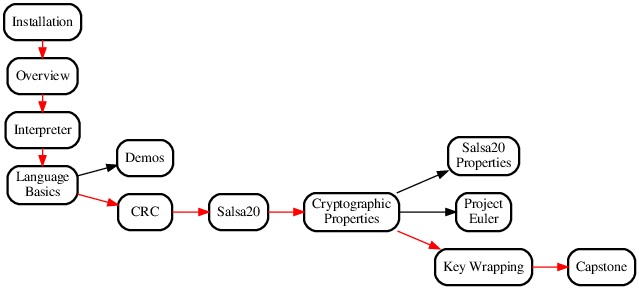
The Graphviz diagram misc/deps.png in weaversa/cryptol-course, before a commit. Its source is kept beside it as misc/deps.gv.
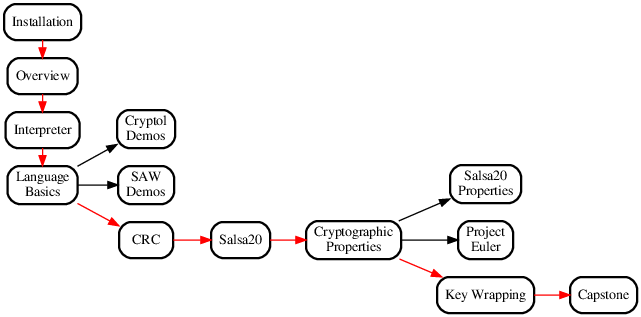
Above is the later version.

The edit, as a diff of the source:
```diff
@@ -17,7 +17,8 @@
   Overview [URL="https://github.com/weaversa/cryptol-course/blob/master/labs/Overview/Overview.md"];
   Interpreter [URL="https://github.com/weaversa/cryptol-course/blob/master/labs/Interpreter/Interpreter.md"];
   LanguageBasics [URL="https://github.com/weaversa/cryptol-course/blob/master/labs/Language/Basics.md"];
-  Demos [URL="https://github.com/weaversa/cryptol-course/blob/master/labs/Demos/Demos.md"];
+  CryptolDemos [URL="https://github.com/weaversa/cryptol-course/blob/master/labs/Demos/Cryptol/Demos.md"];
+  SAWDemos [URL="https://github.com/weaversa/cryptol-course/blob/master/labs/Demos/SAW/Demos.md"];
   CRC [URL="https://github.com/weaversa/cryptol-course/blob/master/labs/CRC/CRC.md"];
   Salsa20 [URL="https://github.com/weaversa/cryptol-course/blob/master/labs/Salsa20/Salsa20.md"];
   Salsa20Properties [URL="https://github.com/weaversa/cryptol-course/blob/master/labs/Salsa20/Salsa20Props.md"];
@@ -31,6 +32,8 @@
   CryptographicProperties [label="Cryptographic\nProperties"];
   KeyWrapping             [label="Key Wrapping"];
   ProjectEuler            [label="Project\nEuler"];
+  CryptolDemos            [label="Cryptol\nDemos"];
+  SAWDemos                [label="SAW\nDemos"];
 
   edge [color=red];
   Installation -> Overview;
@@ -45,7 +48,8 @@
   edge [color=black];
   CryptographicProperties -> Salsa20Properties;
   CryptographicProperties -> ProjectEuler;
-  LanguageBasics -> Demos;
+  LanguageBasics -> CryptolDemos;
+  LanguageBasics -> SAWDemos;
 
   {rank=same; Salsa20Properties -> ProjectEuler [style=invis];};
 
```
